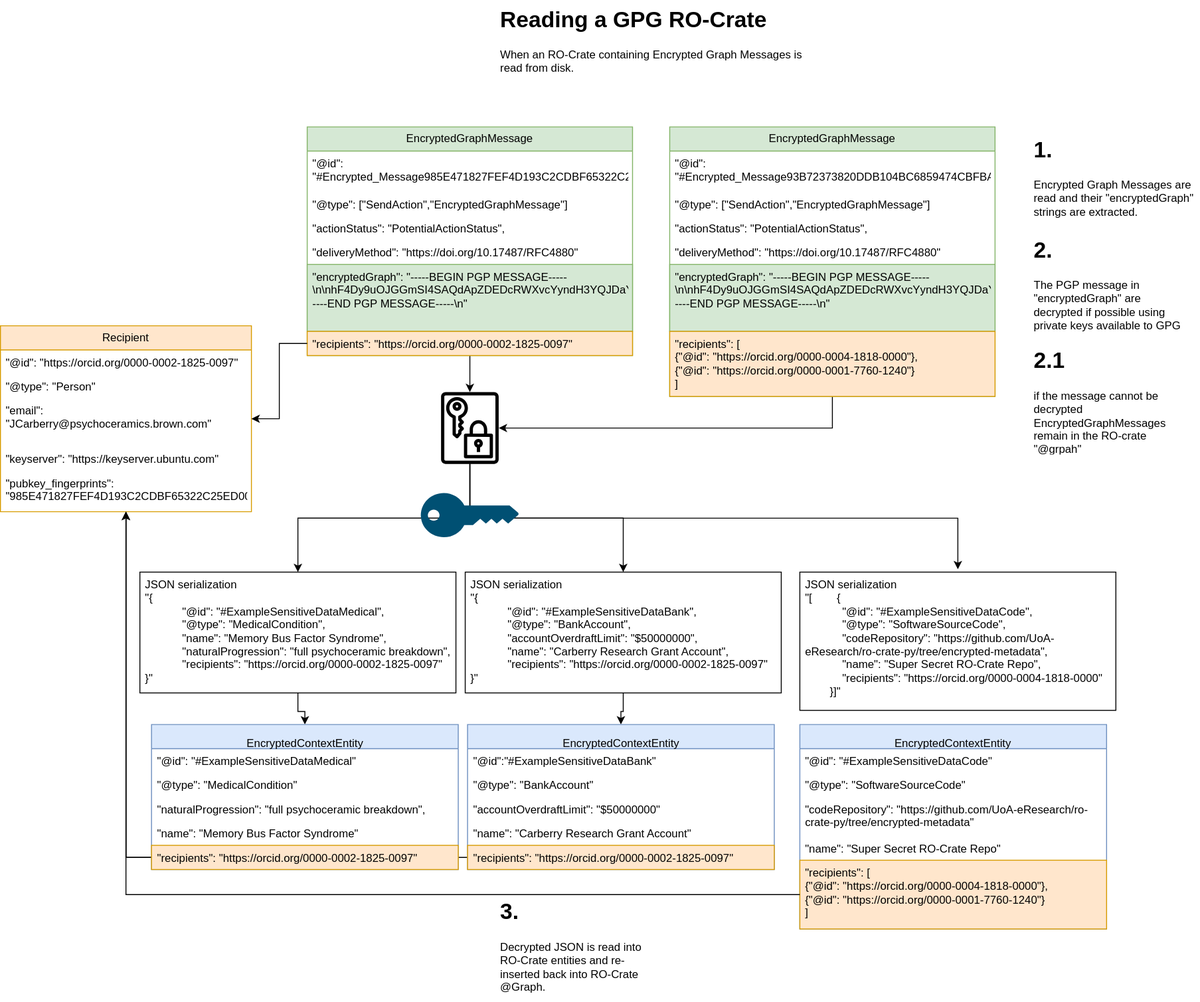
UoA-eResearch/GPG-ro-crate-profile keeps this draw.io diagram as ReadingEncryptedRO-Crate.svg. Above is the earlier version. Source tidied: cells renumbered, new cells last; positions are measured from the earlier drawing's top-left corner, leaving out a move shared by most shapes.
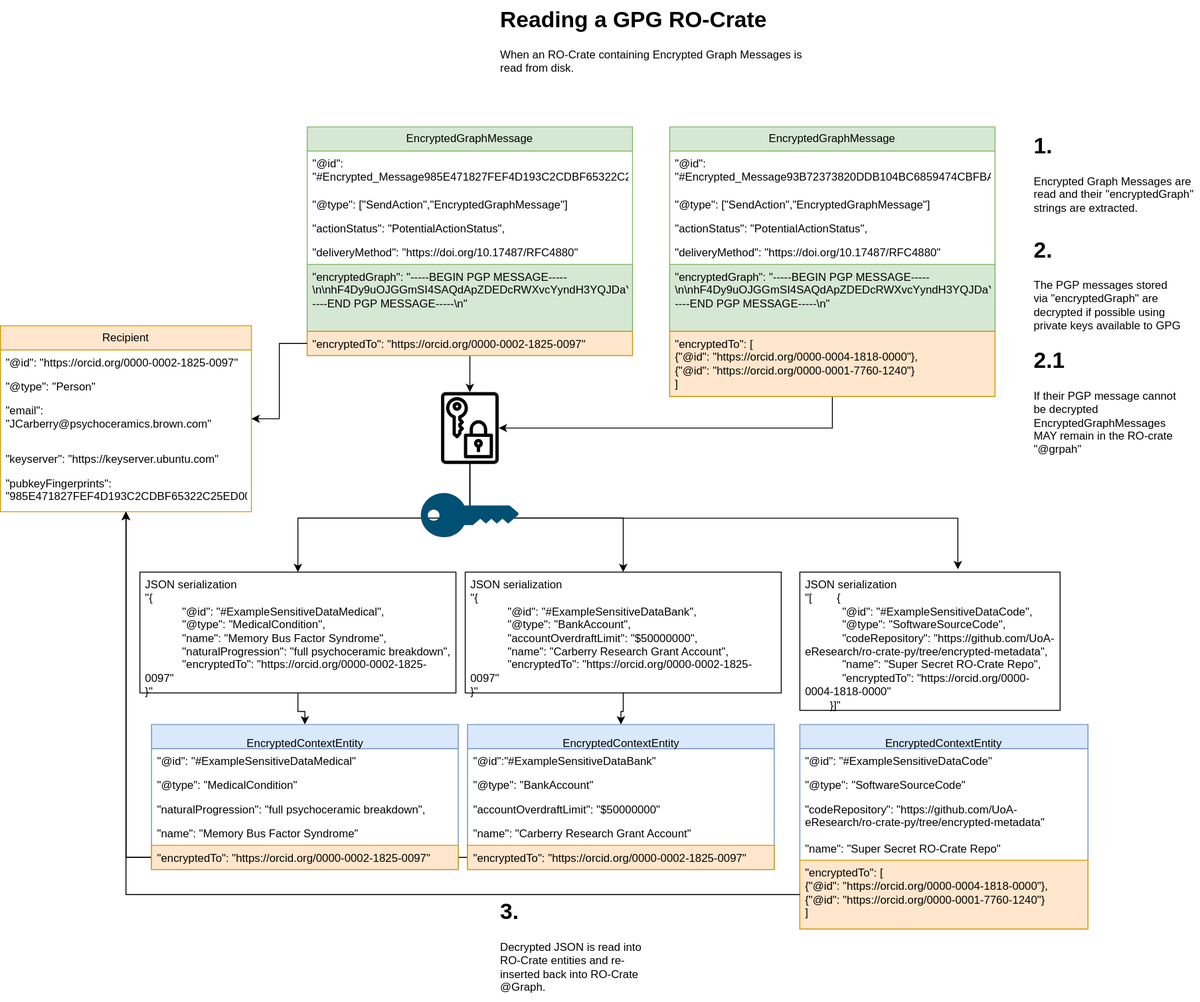
After the commit.

Commit message:
update terminology and namespaces for encryptedTo instead of recipients

Diff of the diagram source:
```diff
@@ -44,3 +44,3 @@
     </mxCell>
-    <mxCell id="13" value="&quot;recipients&quot;: &quot;https://orcid.org/0000-0002-1825-0097&quot;" style="text;strokeColor=#d79b00;fillColor=#ffe6cc;align=left;verticalAlign=top;spacingLeft=4;spacingRight=4;overflow=hidden;points=[[0,0.5],[1,0.5]];portConstraint=eastwest;whiteSpace=wrap;html=1;" parent="7" vertex="1">
+    <mxCell id="13" value="&quot;encryptedTo&quot;: &quot;https://orcid.org/0000-0002-1825-0097&quot;" style="text;strokeColor=#d79b00;fillColor=#ffe6cc;align=left;verticalAlign=top;spacingLeft=4;spacingRight=4;overflow=hidden;points=[[0,0.5],[1,0.5]];portConstraint=eastwest;whiteSpace=wrap;html=1;" parent="7" vertex="1">
       <mxGeometry y="220" width="350" height="26" as="geometry" />
@@ -48,5 +48,5 @@
     <mxCell id="14" value="&lt;h1 style=&quot;margin-top: 0px;&quot;&gt;1.&lt;/h1&gt;&lt;div&gt;Encrypted Graph Messages are read and their &quot;encryptedGraph&quot; strings are extracted. &lt;br&gt;&lt;/div&gt;" style="text;html=1;whiteSpace=wrap;overflow=hidden;rounded=0;fontFamily=Helvetica;fontSize=12;fontColor=default;" parent="1" vertex="1">
-      <mxGeometry x="1110" y="140" width="180" height="95" as="geometry" />
+      <mxGeometry x="1110" y="136" width="180" height="95" as="geometry" />
     </mxCell>
-    <mxCell id="15" value="&lt;h1 style=&quot;margin-top: 0px;&quot;&gt;2.&lt;br&gt;&lt;/h1&gt;&lt;div&gt;The PGP message in &quot;encryptedGraph&quot; are decrypted if possible using private keys available to GPG&lt;br&gt;&lt;/div&gt;" style="text;html=1;whiteSpace=wrap;overflow=hidden;rounded=0;fontFamily=Helvetica;fontSize=12;fontColor=default;" parent="1" vertex="1">
+    <mxCell id="15" value="&lt;h1 style=&quot;margin-top: 0px;&quot;&gt;2.&lt;br&gt;&lt;/h1&gt;&lt;div&gt;The PGP messages stored via &quot;encryptedGraph&quot; are decrypted if possible using private keys available to GPG&lt;br&gt;&lt;/div&gt;" style="text;html=1;whiteSpace=wrap;overflow=hidden;rounded=0;fontFamily=Helvetica;fontSize=12;fontColor=default;" parent="1" vertex="1">
       <mxGeometry x="1110" y="247.5" width="161.5" height="119" as="geometry" />
@@ -62,4 +62,4 @@
     </mxCell>
-    <mxCell id="19" value="&lt;h1 style=&quot;margin-top: 0px;&quot;&gt;2.1&lt;br&gt;&lt;/h1&gt;&lt;div&gt;if the message cannot be decrypted EncryptedGraphMessages remain in the RO-crate &quot;@grpah&quot;&lt;br&gt;&lt;/div&gt;" style="text;html=1;whiteSpace=wrap;overflow=hidden;rounded=0;fontFamily=Helvetica;fontSize=12;fontColor=default;" parent="1" vertex="1">
-      <mxGeometry x="1110" y="366.5" width="161.5" height="119" as="geometry" />
+    <mxCell id="19" value="&lt;h1 style=&quot;margin-top: 0px;&quot;&gt;2.1&lt;br&gt;&lt;/h1&gt;&lt;div&gt;If their PGP message cannot be decrypted EncryptedGraphMessages&lt;/div&gt;&lt;div&gt;MAY remain in the RO-crate &quot;@grpah&quot;&lt;br&gt;&lt;/div&gt;" style="text;html=1;whiteSpace=wrap;overflow=hidden;rounded=0;fontFamily=Helvetica;fontSize=12;fontColor=default;" parent="1" vertex="1">
+      <mxGeometry x="1110" y="366.5" width="161.5" height="133.5" as="geometry" />
     </mxCell>
@@ -80,3 +80,3 @@
     </mxCell>
-    <mxCell id="25" value="&quot;pubkey_fingerprints&quot;: &quot;985E471827FEF4D193C2CDBF65322C25ED00AB00&quot;" style="text;strokeColor=none;fillColor=none;align=left;verticalAlign=top;spacingLeft=4;spacingRight=4;overflow=hidden;whiteSpace=wrap;html=1;" parent="20" vertex="1">
+    <mxCell id="25" value="&quot;pubkeyFingerprints&quot;: &quot;985E471827FEF4D193C2CDBF65322C25ED00AB00&quot;" style="text;strokeColor=none;fillColor=none;align=left;verticalAlign=top;spacingLeft=4;spacingRight=4;overflow=hidden;whiteSpace=wrap;html=1;" parent="20" vertex="1">
       <mxGeometry y="156" width="270" height="44" as="geometry" />
@@ -86,6 +86,6 @@
     </mxCell>
-    <mxCell id="27" value="&lt;div&gt;JSON serialization&lt;/div&gt;&quot;{&lt;br&gt;&amp;nbsp;&amp;nbsp;&amp;nbsp;&amp;nbsp;&amp;nbsp;&amp;nbsp;&amp;nbsp;&amp;nbsp;&amp;nbsp;&amp;nbsp;&amp;nbsp; &quot;@id&quot;: &quot;#ExampleSensitiveDataMedical&quot;,&lt;br&gt;&amp;nbsp;&amp;nbsp;&amp;nbsp;&amp;nbsp;&amp;nbsp;&amp;nbsp;&amp;nbsp;&amp;nbsp;&amp;nbsp;&amp;nbsp;&amp;nbsp; &quot;@type&quot;: &quot;MedicalCondition&quot;,&lt;br&gt;&amp;nbsp;&amp;nbsp;&amp;nbsp;&amp;nbsp;&amp;nbsp;&amp;nbsp;&amp;nbsp;&amp;nbsp;&amp;nbsp;&amp;nbsp;&amp;nbsp; &quot;name&quot;: &quot;Memory Bus Factor Syndrome&quot;,&lt;br&gt;&amp;nbsp;&amp;nbsp;&amp;nbsp;&amp;nbsp;&amp;nbsp;&amp;nbsp;&amp;nbsp;&amp;nbsp;&amp;nbsp;&amp;nbsp;&amp;nbsp; &quot;naturalProgression&quot;: &quot;full psychoceramic breakdown&quot;,&lt;br&gt;&lt;div&gt;&amp;nbsp;&amp;nbsp;&amp;nbsp;&amp;nbsp;&amp;nbsp;&amp;nbsp;&amp;nbsp;&amp;nbsp;&amp;nbsp;&amp;nbsp;&amp;nbsp; &quot;recipients&quot;: &quot;https://orcid.org/0000-0002-1825-0097&quot;&lt;/div&gt;&lt;div&gt;}&quot;&lt;/div&gt;" style="html=1;whiteSpace=wrap;align=left;verticalAlign=top;spacingLeft=4;spacingRight=4;fontFamily=Helvetica;fontSize=12;fontColor=default;fillColor=none;gradientColor=none;" parent="26" vertex="1">
+    <mxCell id="27" value="&lt;div&gt;JSON serialization&lt;/div&gt;&quot;{&lt;br&gt;&amp;nbsp;&amp;nbsp;&amp;nbsp;&amp;nbsp;&amp;nbsp;&amp;nbsp;&amp;nbsp;&amp;nbsp;&amp;nbsp;&amp;nbsp;&amp;nbsp; &quot;@id&quot;: &quot;#ExampleSensitiveDataMedical&quot;,&lt;br&gt;&amp;nbsp;&amp;nbsp;&amp;nbsp;&amp;nbsp;&amp;nbsp;&amp;nbsp;&amp;nbsp;&amp;nbsp;&amp;nbsp;&amp;nbsp;&amp;nbsp; &quot;@type&quot;: &quot;MedicalCondition&quot;,&lt;br&gt;&amp;nbsp;&amp;nbsp;&amp;nbsp;&amp;nbsp;&amp;nbsp;&amp;nbsp;&amp;nbsp;&amp;nbsp;&amp;nbsp;&amp;nbsp;&amp;nbsp; &quot;name&quot;: &quot;Memory Bus Factor Syndrome&quot;,&lt;br&gt;&amp;nbsp;&amp;nbsp;&amp;nbsp;&amp;nbsp;&amp;nbsp;&amp;nbsp;&amp;nbsp;&amp;nbsp;&amp;nbsp;&amp;nbsp;&amp;nbsp; &quot;naturalProgression&quot;: &quot;full psychoceramic breakdown&quot;,&lt;br&gt;&lt;div&gt;&amp;nbsp;&amp;nbsp;&amp;nbsp;&amp;nbsp;&amp;nbsp;&amp;nbsp;&amp;nbsp;&amp;nbsp;&amp;nbsp;&amp;nbsp;&amp;nbsp; &quot;encryptedTo&quot;: &quot;https://orcid.org/0000-0002-1825-0097&quot;&lt;/div&gt;&lt;div&gt;}&quot;&lt;/div&gt;" style="html=1;whiteSpace=wrap;align=left;verticalAlign=top;spacingLeft=4;spacingRight=4;fontFamily=Helvetica;fontSize=12;fontColor=default;fillColor=none;gradientColor=none;" parent="26" vertex="1">
       <mxGeometry width="340" height="130" as="geometry" />
     </mxCell>
-    <mxCell id="28" value="&lt;div&gt;JSON serialization&lt;/div&gt;&lt;div&gt;&quot;{ &amp;nbsp;&amp;nbsp;&amp;nbsp;&amp;nbsp;&amp;nbsp;&amp;nbsp;&amp;nbsp;&amp;nbsp;&amp;nbsp;&lt;/div&gt;&lt;div&gt;&lt;span style=&quot;white-space: pre;&quot;&gt;&#9;&lt;/span&gt;&amp;nbsp;&amp;nbsp;&amp;nbsp; &quot;@id&quot;: &quot;#ExampleSensitiveDataBank&quot;,&lt;/div&gt;&amp;nbsp;&amp;nbsp;&amp;nbsp;&amp;nbsp;&amp;nbsp;&amp;nbsp;&amp;nbsp;&amp;nbsp;&amp;nbsp;&amp;nbsp;&amp;nbsp; &quot;@type&quot;: &quot;BankAccount&quot;,&lt;br&gt;&amp;nbsp;&amp;nbsp;&amp;nbsp;&amp;nbsp;&amp;nbsp;&amp;nbsp;&amp;nbsp;&amp;nbsp;&amp;nbsp;&amp;nbsp;&amp;nbsp; &quot;accountOverdraftLimit&quot;: &quot;$50000000&quot;,&lt;br&gt;&amp;nbsp;&amp;nbsp;&amp;nbsp;&amp;nbsp;&amp;nbsp;&amp;nbsp;&amp;nbsp;&amp;nbsp;&amp;nbsp;&amp;nbsp;&amp;nbsp; &quot;name&quot;: &quot;Carberry Research Grant Account&quot;,&lt;br&gt;&lt;div&gt;&amp;nbsp;&amp;nbsp;&amp;nbsp;&amp;nbsp;&amp;nbsp;&amp;nbsp;&amp;nbsp;&amp;nbsp;&amp;nbsp;&amp;nbsp;&amp;nbsp; &quot;recipients&quot;: &quot;https://orcid.org/0000-0002-1825-0097&quot;&lt;/div&gt;&lt;div&gt;}&quot;&lt;/div&gt;" style="html=1;whiteSpace=wrap;align=left;verticalAlign=top;spacingLeft=4;spacingRight=4;fontFamily=Helvetica;fontSize=12;fontColor=default;fillColor=none;gradientColor=none;" parent="26" vertex="1">
+    <mxCell id="28" value="&lt;div&gt;JSON serialization&lt;/div&gt;&lt;div&gt;&quot;{ &amp;nbsp;&amp;nbsp;&amp;nbsp;&amp;nbsp;&amp;nbsp;&amp;nbsp;&amp;nbsp;&amp;nbsp;&amp;nbsp;&lt;/div&gt;&lt;div&gt;&lt;span style=&quot;white-space: pre;&quot;&gt;&#9;&lt;/span&gt;&amp;nbsp;&amp;nbsp;&amp;nbsp; &quot;@id&quot;: &quot;#ExampleSensitiveDataBank&quot;,&lt;/div&gt;&amp;nbsp;&amp;nbsp;&amp;nbsp;&amp;nbsp;&amp;nbsp;&amp;nbsp;&amp;nbsp;&amp;nbsp;&amp;nbsp;&amp;nbsp;&amp;nbsp; &quot;@type&quot;: &quot;BankAccount&quot;,&lt;br&gt;&amp;nbsp;&amp;nbsp;&amp;nbsp;&amp;nbsp;&amp;nbsp;&amp;nbsp;&amp;nbsp;&amp;nbsp;&amp;nbsp;&amp;nbsp;&amp;nbsp; &quot;accountOverdraftLimit&quot;: &quot;$50000000&quot;,&lt;br&gt;&amp;nbsp;&amp;nbsp;&amp;nbsp;&amp;nbsp;&amp;nbsp;&amp;nbsp;&amp;nbsp;&amp;nbsp;&amp;nbsp;&amp;nbsp;&amp;nbsp; &quot;name&quot;: &quot;Carberry Research Grant Account&quot;,&lt;br&gt;&lt;div&gt;&amp;nbsp;&amp;nbsp;&amp;nbsp;&amp;nbsp;&amp;nbsp;&amp;nbsp;&amp;nbsp;&amp;nbsp;&amp;nbsp;&amp;nbsp;&amp;nbsp; &quot;encryptedTo&quot;: &quot;https://orcid.org/0000-0002-1825-0097&quot;&lt;/div&gt;&lt;div&gt;}&quot;&lt;/div&gt;" style="html=1;whiteSpace=wrap;align=left;verticalAlign=top;spacingLeft=4;spacingRight=4;fontFamily=Helvetica;fontSize=12;fontColor=default;fillColor=none;gradientColor=none;" parent="26" vertex="1">
       <mxGeometry x="350" width="340" height="130" as="geometry" />
@@ -125,3 +125,3 @@
     </mxCell>
-    <mxCell id="40" value="&quot;recipients&quot;: &quot;https://orcid.org/0000-0002-1825-0097&quot;" style="text;strokeColor=#d79b00;fillColor=#ffe6cc;align=left;verticalAlign=top;spacingLeft=4;spacingRight=4;overflow=hidden;points=[[0,0.5],[1,0.5]];portConstraint=eastwest;whiteSpace=wrap;html=1;" parent="35" vertex="1">
+    <mxCell id="40" value="&quot;encryptedTo&quot;: &quot;https://orcid.org/0000-0002-1825-0097&quot;" style="text;strokeColor=#d79b00;fillColor=#ffe6cc;align=left;verticalAlign=top;spacingLeft=4;spacingRight=4;overflow=hidden;points=[[0,0.5],[1,0.5]];portConstraint=eastwest;whiteSpace=wrap;html=1;" parent="35" vertex="1">
       <mxGeometry y="130" width="330" height="26" as="geometry" />
@@ -143,3 +143,3 @@
     </mxCell>
-    <mxCell id="46" value="&quot;recipients&quot;: &quot;https://orcid.org/0000-0002-1825-0097&quot;" style="text;strokeColor=#d79b00;fillColor=#ffe6cc;align=left;verticalAlign=top;spacingLeft=4;spacingRight=4;overflow=hidden;points=[[0,0.5],[1,0.5]];portConstraint=eastwest;whiteSpace=wrap;html=1;" parent="41" vertex="1">
+    <mxCell id="46" value="&quot;encryptedTo&quot;: &quot;https://orcid.org/0000-0002-1825-0097&quot;" style="text;strokeColor=#d79b00;fillColor=#ffe6cc;align=left;verticalAlign=top;spacingLeft=4;spacingRight=4;overflow=hidden;points=[[0,0.5],[1,0.5]];portConstraint=eastwest;whiteSpace=wrap;html=1;" parent="41" vertex="1">
       <mxGeometry y="130" width="330" height="26" as="geometry" />
@@ -147,21 +147,21 @@
     <mxCell id="47" value="&lt;br&gt;&lt;div&gt;EncryptedContextEntity&lt;/div&gt;" style="swimlane;fontStyle=0;horizontal=1;startSize=26;fillColor=#dae8fc;whiteSpace=wrap;html=1;strokeColor=#6c8ebf;" parent="1" vertex="1">
-      <mxGeometry x="860" y="779" width="330" height="220" as="geometry" />
+      <mxGeometry x="860" y="779" width="310" height="220" as="geometry" />
     </mxCell>
     <mxCell id="48" value="&quot;@id&quot;: &quot;#ExampleSensitiveDataCode&quot;" style="text;strokeColor=none;fillColor=none;align=left;verticalAlign=top;spacingLeft=4;spacingRight=4;overflow=hidden;whiteSpace=wrap;html=1;" parent="47" vertex="1">
-      <mxGeometry y="26" width="330" height="26" as="geometry" />
+      <mxGeometry y="26" width="310" height="26" as="geometry" />
     </mxCell>
     <mxCell id="49" value="&quot;@type&quot;: &quot;SoftwareSourceCode&quot;" style="text;strokeColor=none;fillColor=none;align=left;verticalAlign=top;spacingLeft=4;spacingRight=4;overflow=hidden;whiteSpace=wrap;html=1;" parent="47" vertex="1">
-      <mxGeometry y="52" width="330" height="26" as="geometry" />
+      <mxGeometry y="52" width="310" height="26" as="geometry" />
     </mxCell>
     <mxCell id="50" value="&quot;codeRepository&quot;: &quot;https://github.com/UoA-eResearch/ro-crate-py/tree/encrypted-metadata&quot;" style="text;strokeColor=none;fillColor=none;align=left;verticalAlign=top;spacingLeft=4;spacingRight=4;overflow=hidden;whiteSpace=wrap;html=1;" parent="47" vertex="1">
-      <mxGeometry y="78" width="330" height="42" as="geometry" />
+      <mxGeometry y="78" width="310" height="42" as="geometry" />
     </mxCell>
     <mxCell id="51" value="&quot;name&quot;: &quot;Super Secret RO-Crate Repo&quot;" style="text;strokeColor=none;fillColor=none;align=left;verticalAlign=top;spacingLeft=4;spacingRight=4;overflow=hidden;whiteSpace=wrap;html=1;" parent="47" vertex="1">
-      <mxGeometry y="120" width="330" height="26" as="geometry" />
+      <mxGeometry y="120" width="310" height="26" as="geometry" />
     </mxCell>
-    <mxCell id="52" value="&quot;recipients&quot;: [&lt;br&gt;&lt;div&gt;{&quot;@id&quot;: &quot;https://orcid.org/0000-0004-1818-0000&quot;},&lt;/div&gt;&lt;div&gt;{&quot;@id&quot;: &quot;https://orcid.org/0000-0001-7760-1240&quot;}&lt;/div&gt;]" style="text;strokeColor=#d79b00;fillColor=#ffe6cc;align=left;verticalAlign=top;spacingLeft=4;spacingRight=4;overflow=hidden;points=[[0,0.5],[1,0.5]];portConstraint=eastwest;whiteSpace=wrap;html=1;" parent="47" vertex="1">
-      <mxGeometry y="146" width="330" height="74" as="geometry" />
+    <mxCell id="52" value="&quot;encryptedTo&quot;: [&lt;br&gt;&lt;div&gt;{&quot;@id&quot;: &quot;https://orcid.org/0000-0004-1818-0000&quot;},&lt;/div&gt;&lt;div&gt;{&quot;@id&quot;: &quot;https://orcid.org/0000-0001-7760-1240&quot;}&lt;/div&gt;]" style="text;strokeColor=#d79b00;fillColor=#ffe6cc;align=left;verticalAlign=top;spacingLeft=4;spacingRight=4;overflow=hidden;points=[[0,0.5],[1,0.5]];portConstraint=eastwest;whiteSpace=wrap;html=1;" parent="47" vertex="1">
+      <mxGeometry y="146" width="310" height="74" as="geometry" />
     </mxCell>
-    <mxCell id="53" value="&lt;div&gt;JSON serialization&lt;/div&gt;&quot;[&amp;nbsp;&amp;nbsp;&amp;nbsp;&amp;nbsp;&amp;nbsp;&amp;nbsp;&amp;nbsp; {&lt;br&gt;&amp;nbsp;&amp;nbsp;&amp;nbsp;&amp;nbsp;&amp;nbsp;&amp;nbsp;&amp;nbsp;&amp;nbsp;&amp;nbsp;&amp;nbsp;&amp;nbsp; &quot;@id&quot;: &quot;#ExampleSensitiveDataCode&quot;,&lt;br&gt;&amp;nbsp;&amp;nbsp;&amp;nbsp;&amp;nbsp;&amp;nbsp;&amp;nbsp;&amp;nbsp;&amp;nbsp;&amp;nbsp;&amp;nbsp;&amp;nbsp; &quot;@type&quot;: &quot;SoftwareSourceCode&quot;,&lt;br&gt;&amp;nbsp;&amp;nbsp;&amp;nbsp;&amp;nbsp;&amp;nbsp;&amp;nbsp;&amp;nbsp;&amp;nbsp;&amp;nbsp;&amp;nbsp;&amp;nbsp; &quot;codeRepository&quot;: &quot;https://github.com/UoA-eResearch/ro-crate-py/tree/encrypted-metadata&quot;,&lt;br&gt;&amp;nbsp;&amp;nbsp;&amp;nbsp;&amp;nbsp;&amp;nbsp;&amp;nbsp;&amp;nbsp;&amp;nbsp;&amp;nbsp;&amp;nbsp;&amp;nbsp; &quot;name&quot;: &quot;Super Secret RO-Crate Repo&quot;,&lt;br&gt;&amp;nbsp;&amp;nbsp;&amp;nbsp;&amp;nbsp;&amp;nbsp;&amp;nbsp;&amp;nbsp;&amp;nbsp;&amp;nbsp;&amp;nbsp;&amp;nbsp; &quot;recipients&quot;: &quot;https://orcid.org/0000-0004-1818-0000&quot;&lt;br&gt;&amp;nbsp;&amp;nbsp;&amp;nbsp;&amp;nbsp;&amp;nbsp;&amp;nbsp;&amp;nbsp; }]&quot;" style="html=1;whiteSpace=wrap;align=left;verticalAlign=top;spacingLeft=4;spacingRight=4;fontFamily=Helvetica;fontSize=12;fontColor=default;fillColor=none;gradientColor=none;" parent="1" vertex="1">
-      <mxGeometry x="860" y="615" width="340" height="148.8" as="geometry" />
+    <mxCell id="53" value="&lt;div&gt;JSON serialization&lt;/div&gt;&quot;[&amp;nbsp;&amp;nbsp;&amp;nbsp;&amp;nbsp;&amp;nbsp;&amp;nbsp;&amp;nbsp; {&lt;br&gt;&amp;nbsp;&amp;nbsp;&amp;nbsp;&amp;nbsp;&amp;nbsp;&amp;nbsp;&amp;nbsp;&amp;nbsp;&amp;nbsp;&amp;nbsp;&amp;nbsp; &quot;@id&quot;: &quot;#ExampleSensitiveDataCode&quot;,&lt;br&gt;&amp;nbsp;&amp;nbsp;&amp;nbsp;&amp;nbsp;&amp;nbsp;&amp;nbsp;&amp;nbsp;&amp;nbsp;&amp;nbsp;&amp;nbsp;&amp;nbsp; &quot;@type&quot;: &quot;SoftwareSourceCode&quot;,&lt;br&gt;&amp;nbsp;&amp;nbsp;&amp;nbsp;&amp;nbsp;&amp;nbsp;&amp;nbsp;&amp;nbsp;&amp;nbsp;&amp;nbsp;&amp;nbsp;&amp;nbsp; &quot;codeRepository&quot;: &quot;https://github.com/UoA-eResearch/ro-crate-py/tree/encrypted-metadata&quot;,&lt;br&gt;&amp;nbsp;&amp;nbsp;&amp;nbsp;&amp;nbsp;&amp;nbsp;&amp;nbsp;&amp;nbsp;&amp;nbsp;&amp;nbsp;&amp;nbsp;&amp;nbsp; &quot;name&quot;: &quot;Super Secret RO-Crate Repo&quot;,&lt;br&gt;&amp;nbsp;&amp;nbsp;&amp;nbsp;&amp;nbsp;&amp;nbsp;&amp;nbsp;&amp;nbsp;&amp;nbsp;&amp;nbsp;&amp;nbsp;&amp;nbsp; &quot;encryptedTo&quot;: &quot;https://orcid.org/0000-0004-1818-0000&quot;&lt;br&gt;&amp;nbsp;&amp;nbsp;&amp;nbsp;&amp;nbsp;&amp;nbsp;&amp;nbsp;&amp;nbsp; }]&quot;" style="html=1;whiteSpace=wrap;align=left;verticalAlign=top;spacingLeft=4;spacingRight=4;fontFamily=Helvetica;fontSize=12;fontColor=default;fillColor=none;gradientColor=none;" parent="1" vertex="1">
+      <mxGeometry x="860" y="615" width="280" height="148.8" as="geometry" />
     </mxCell>
@@ -192,3 +192,3 @@
     </mxCell>
-    <mxCell id="61" value="&quot;recipients&quot;: [&lt;br&gt;&lt;div&gt;{&quot;@id&quot;: &quot;https://orcid.org/0000-0004-1818-0000&quot;},&lt;/div&gt;&lt;div&gt;{&quot;@id&quot;: &quot;https://orcid.org/0000-0001-7760-1240&quot;}&lt;/div&gt;]" style="text;strokeColor=#d79b00;fillColor=#ffe6cc;align=left;verticalAlign=top;spacingLeft=4;spacingRight=4;overflow=hidden;whiteSpace=wrap;html=1;" parent="55" vertex="1">
+    <mxCell id="61" value="&quot;encryptedTo&quot;: [&lt;br&gt;&lt;div&gt;{&quot;@id&quot;: &quot;https://orcid.org/0000-0004-1818-0000&quot;},&lt;/div&gt;&lt;div&gt;{&quot;@id&quot;: &quot;https://orcid.org/0000-0001-7760-1240&quot;}&lt;/div&gt;]" style="text;strokeColor=#d79b00;fillColor=#ffe6cc;align=left;verticalAlign=top;spacingLeft=4;spacingRight=4;overflow=hidden;whiteSpace=wrap;html=1;" parent="55" vertex="1">
       <mxGeometry y="220" width="350" height="70" as="geometry" />
```
